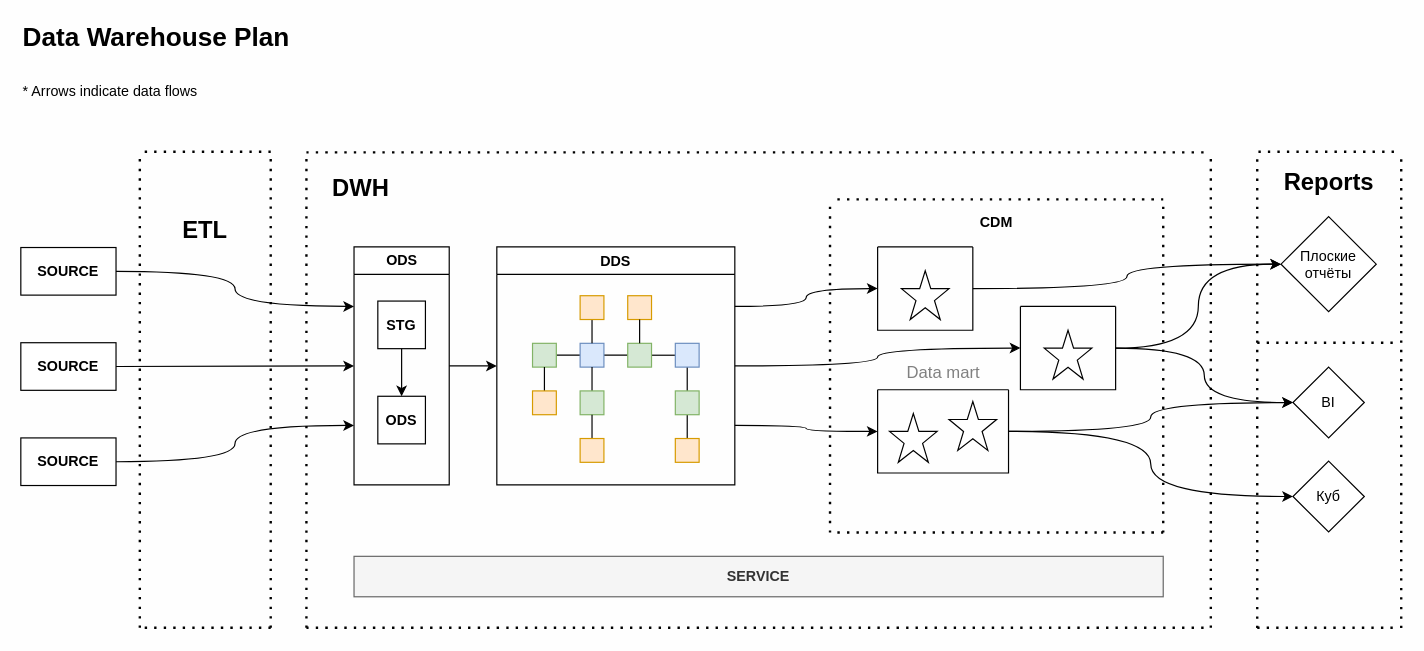
This is page "Page-1" (1 of 3) of DWH-architecture-business-steps.drawio from uyennt01/Project1, a draw.io file, before an edit. Source tidied: cells renumbered, new cells numbered last; positions are measured from the earlier drawing's top-left corner, leaving out a move shared by most shapes. Both pictures are drawn from the tidied source at 119%, with x=0, y=0 at pixel (20, 20).
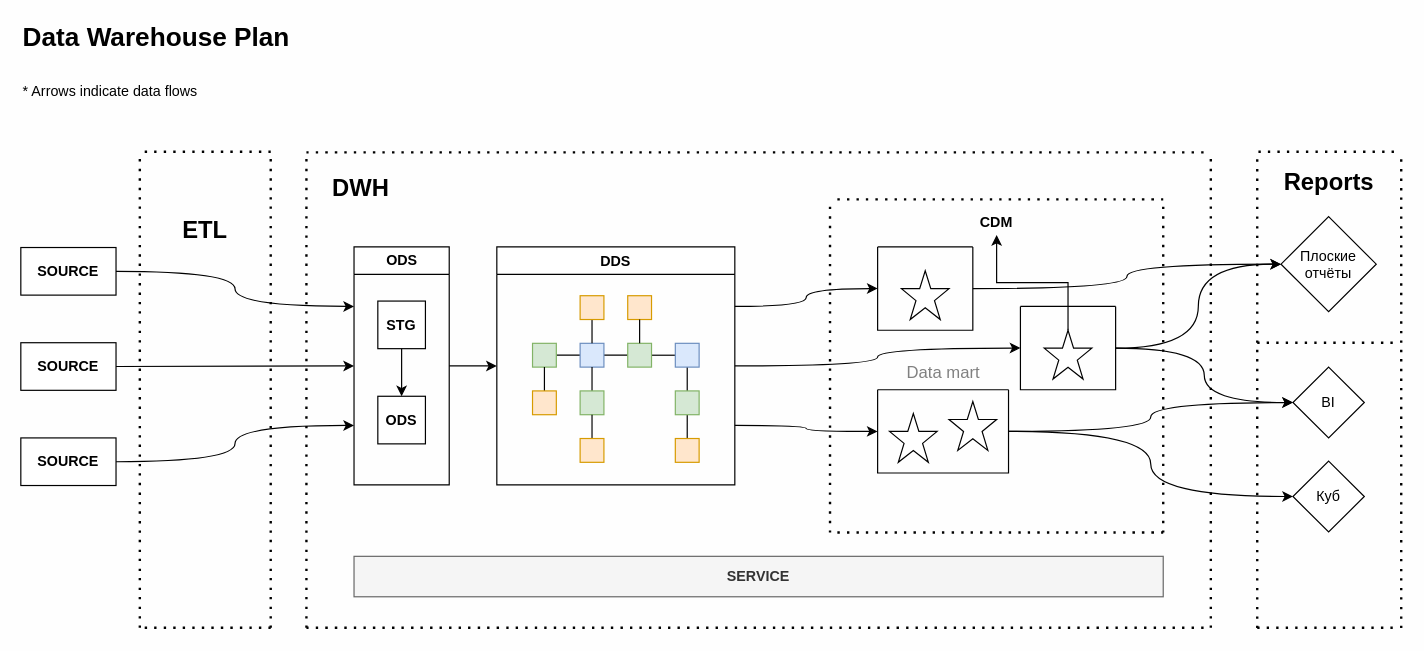
Above is the later version.

Unchanged cells that the change refers to:
```xml
<mxCell id="44" style="verticalLabelPosition=bottom;verticalAlign=top;html=1;shape=mxgraph.basic.star;rounded=0;" parent="43" vertex="1">
  <mxGeometry x="20" y="20" width="40" height="41" as="geometry" />
</mxCell>
<mxCell id="51" value="CDM" style="text;html=1;strokeColor=none;fillColor=none;align=center;verticalAlign=middle;whiteSpace=wrap;fontStyle=1;rounded=0;" parent="1" vertex="1">
  <mxGeometry x="750" y="160" width="140" height="20" as="geometry" />
</mxCell>
```

Change to the diagram source:
```diff
@@
+    <mxCell id="78" style="edgeStyle=orthogonalEdgeStyle;rounded=0;jettySize=auto;html=1;" parent="1" edge="1" source="44" target="51">
+      <mxGeometry relative="1" as="geometry" />
+    </mxCell>
```
